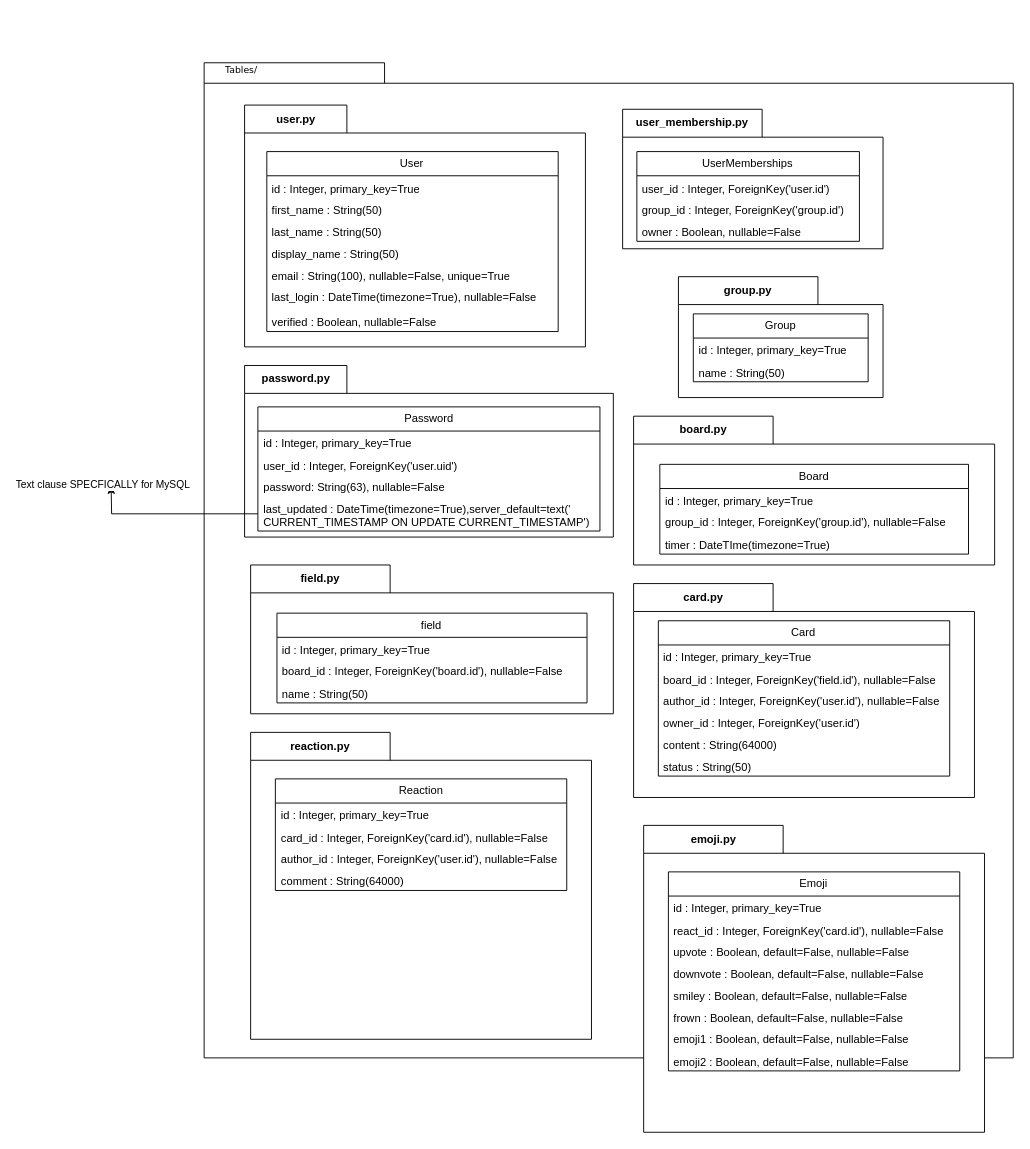
Before: .diagrams/.be/tables-folder.drawio in Bilgecrank/hindsite, a draw.io diagram. Source tidied: cells renumbered, new cells numbered last; positions are measured from the earlier drawing's top-left corner, leaving out a move shared by most shapes. Both pictures are drawn from the tidied source at 93%, with x=0, y=0 at pixel (111, 62).
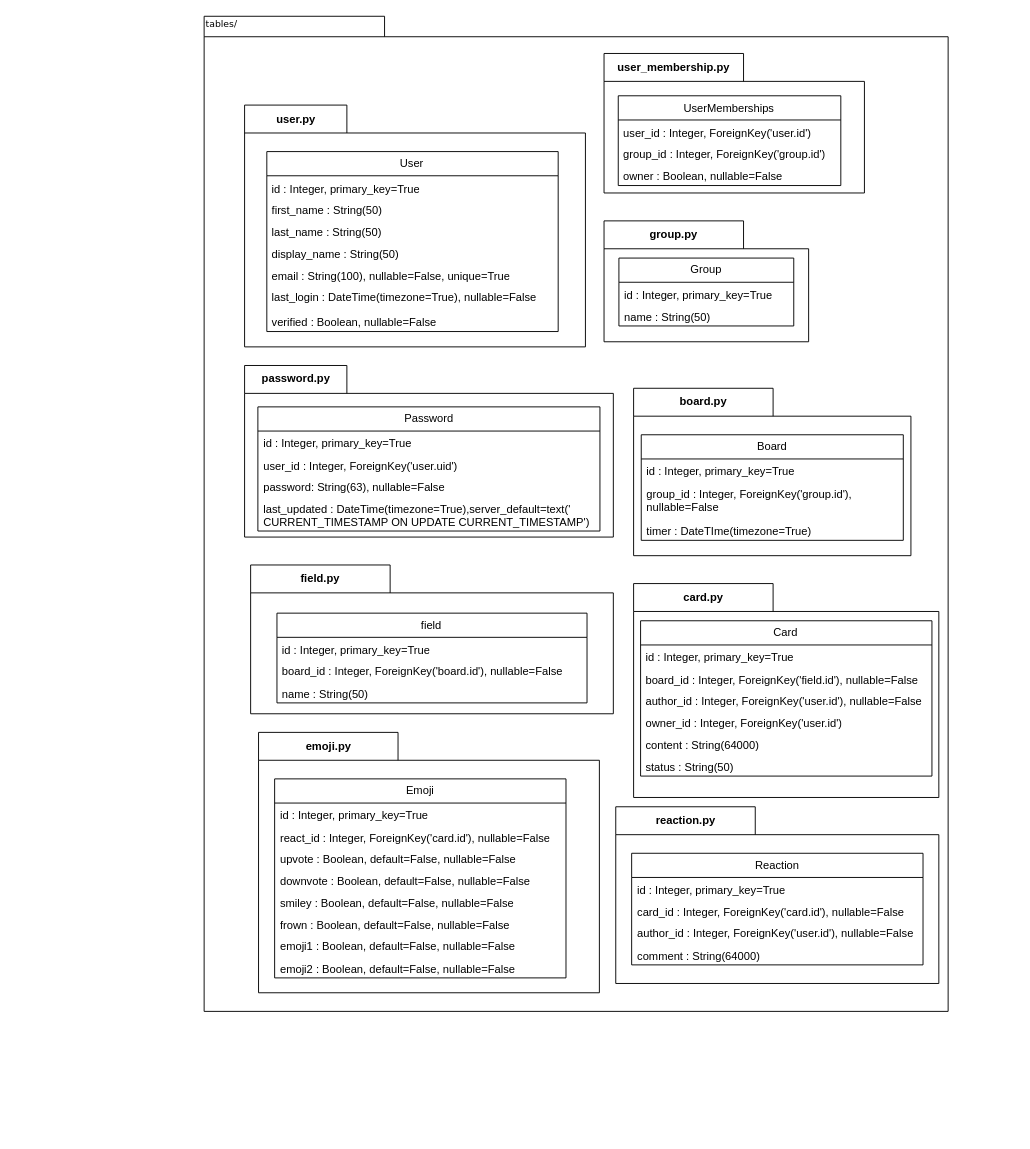
The same diagram, later.

Unchanged cells that the change refers to:
```xml
<mxCell id="16" value="Password" style="swimlane;fontStyle=0;horizontal=1;startSize=26;fillColor=none;whiteSpace=wrap;html=1;" parent="14" vertex="1">
  <mxGeometry x="14.3" y="44.5" width="367.8" height="133.5" as="geometry" />
</mxCell>
<mxCell id="22" value="last_updated : DateTime(timezone=True),server_default=text('&lt;br&gt;CURRENT_TIMESTAMP ON UPDATE CURRENT_TIMESTAMP')" style="text;strokeColor=none;fillColor=none;align=left;verticalAlign=top;spacingLeft=4;spacingRight=4;overflow=hidden;points=[[0,0.5],[1,0.5]];portConstraint=eastwest;whiteSpace=wrap;html=1;" parent="16" vertex="1">
  <mxGeometry y="96.5" width="367.8" height="37" as="geometry" />
</mxCell>
```

What changed in the source:
```diff
@@
     <mxCell id="2" style="shape=folder;fontStyle=1;spacingTop=10;tabWidth=194;tabHeight=22;tabPosition=left;html=1;rounded=0;shadow=0;comic=0;labelBackgroundColor=none;strokeWidth=1;fillColor=none;fontFamily=Verdana;fontSize=10;align=center;" parent="1" vertex="1">
-      <mxGeometry x="100" width="870" height="1070" as="geometry" />
+      <mxGeometry x="100" y="-50" width="800" height="1070" as="geometry" />
     </mxCell>
-    <mxCell id="3" value="Tables/" style="text;html=1;align=left;verticalAlign=top;spacingTop=-4;fontSize=10;fontFamily=Verdana;" parent="1" vertex="1">
-      <mxGeometry x="121" width="130" height="20" as="geometry" />
+    <mxCell id="3" value="tables/" style="text;html=1;align=left;verticalAlign=top;spacingTop=-4;fontSize=10;fontFamily=Verdana;" parent="1" vertex="1">
+      <mxGeometry x="100" y="-50" width="190" height="20" as="geometry" />
     </mxCell>
@@
-    <mxCell id="20" style="edgeStyle=orthogonalEdgeStyle;rounded=0;jettySize=auto;html=1;exitX=0;exitY=0.5;exitDx=0;exitDy=0;" parent="16" edge="1" source="22">
-      <mxGeometry relative="1" as="geometry">
-        <mxPoint x="-157.8" y="85" as="targetPoint" />
-      </mxGeometry>
-    </mxCell>
-    <mxCell id="21" value="Text clause SPECFICALLY for MySQL" style="edgeLabel;html=1;align=center;verticalAlign=middle;" parent="20" vertex="1">
-      <mxGeometry x="1" y="6" relative="1" as="geometry">
-        <mxPoint x="-4" y="-2" as="offset" />
-      </mxGeometry>
-    </mxCell>
@@
     <mxCell id="23" value="user_membership.py" style="shape=folder;fontStyle=1;tabWidth=150;tabHeight=30;tabPosition=left;html=1;boundedLbl=1;labelInHeader=1;whiteSpace=wrap;" parent="1" vertex="1">
-      <mxGeometry x="550" y="50" width="280" height="150" as="geometry" />
+      <mxGeometry x="530" y="-10" width="280" height="150" as="geometry" />
     </mxCell>
@@
     <mxCell id="29" value="group.py" style="shape=folder;fontStyle=1;tabWidth=150;tabHeight=30;tabPosition=left;html=1;boundedLbl=1;labelInHeader=1;whiteSpace=wrap;" parent="1" vertex="1">
-      <mxGeometry x="610" y="230" width="220" height="130" as="geometry" />
+      <mxGeometry x="530" y="170" width="220" height="130" as="geometry" />
     </mxCell>
@@
     <mxCell id="34" value="board.py" style="shape=folder;fontStyle=1;tabWidth=150;tabHeight=30;tabPosition=left;html=1;boundedLbl=1;labelInHeader=1;whiteSpace=wrap;" parent="1" vertex="1">
-      <mxGeometry x="561.8" y="380" width="388.2" height="160" as="geometry" />
+      <mxGeometry x="561.8" y="350" width="298.2" height="180" as="geometry" />
     </mxCell>
     <mxCell id="35" style="html=1;strokeColor=none;fillColor=none;whiteSpace=wrap;" parent="34" vertex="1">
-      <mxGeometry width="388.25" height="88" relative="1" as="geometry">
+      <mxGeometry width="298.25" height="99" relative="1" as="geometry">
         <mxPoint y="30" as="offset" />
       </mxGeometry>
     </mxCell>
     <mxCell id="36" value="Board" style="swimlane;fontStyle=0;horizontal=1;startSize=26;fillColor=none;whiteSpace=wrap;html=1;" parent="34" vertex="1">
-      <mxGeometry x="28.2" y="51.8" width="331.9" height="96.5" as="geometry" />
+      <mxGeometry x="8.2" y="50" width="281.8" height="113.5" as="geometry" />
     </mxCell>
     <mxCell id="37" value="id : Integer, primary_key=True" style="text;strokeColor=none;fillColor=none;align=left;verticalAlign=top;spacingLeft=4;spacingRight=4;overflow=hidden;whiteSpace=wrap;html=1;" parent="36" vertex="1">
-      <mxGeometry y="26" width="331.9" height="23.5" as="geometry" />
+      <mxGeometry y="26" width="281.8" height="23.5" as="geometry" />
     </mxCell>
     <mxCell id="38" value="group_id : Integer, ForeignKey('group.id'), nullable=False" style="text;strokeColor=none;fillColor=none;align=left;verticalAlign=top;spacingLeft=4;spacingRight=4;overflow=hidden;whiteSpace=wrap;html=1;" parent="36" vertex="1">
-      <mxGeometry y="49.5" width="331.9" height="23.5" as="geometry" />
+      <mxGeometry y="49.5" width="281.8" height="40.5" as="geometry" />
     </mxCell>
     <mxCell id="39" value="timer : DateTIme(timezone=True)" style="text;strokeColor=none;fillColor=none;align=left;verticalAlign=top;spacingLeft=4;spacingRight=4;overflow=hidden;whiteSpace=wrap;html=1;" parent="36" vertex="1">
-      <mxGeometry y="73" width="331.9" height="23.5" as="geometry" />
+      <mxGeometry y="90" width="281.8" height="23.5" as="geometry" />
     </mxCell>
@@
     <mxCell id="46" value="card.py" style="shape=folder;fontStyle=1;tabWidth=150;tabHeight=30;tabPosition=left;html=1;boundedLbl=1;labelInHeader=1;whiteSpace=wrap;" parent="1" vertex="1">
-      <mxGeometry x="561.8" y="560" width="366.5" height="230" as="geometry" />
+      <mxGeometry x="561.8" y="560" width="328.2" height="230" as="geometry" />
     </mxCell>
     <mxCell id="47" style="html=1;strokeColor=none;fillColor=none;whiteSpace=wrap;" parent="46" vertex="1">
-      <mxGeometry width="366.5" height="126.5" relative="1" as="geometry">
+      <mxGeometry width="328.25" height="126.5" relative="1" as="geometry">
         <mxPoint y="30" as="offset" />
       </mxGeometry>
     </mxCell>
     <mxCell id="48" value="Card" style="swimlane;fontStyle=0;horizontal=1;startSize=26;fillColor=none;whiteSpace=wrap;html=1;" parent="46" vertex="1">
-      <mxGeometry x="26.6" y="40" width="313.3" height="167" as="geometry" />
+      <mxGeometry x="7.5" y="40" width="313.3" height="167" as="geometry" />
     </mxCell>
@@
     <mxCell id="55" value="reaction.py" style="shape=folder;fontStyle=1;tabWidth=150;tabHeight=30;tabPosition=left;html=1;boundedLbl=1;labelInHeader=1;whiteSpace=wrap;" parent="1" vertex="1">
-      <mxGeometry x="150" y="720" width="366.5" height="330" as="geometry" />
+      <mxGeometry x="542.6" y="800" width="347.4" height="190" as="geometry" />
     </mxCell>
     <mxCell id="56" style="html=1;strokeColor=none;fillColor=none;whiteSpace=wrap;" parent="55" vertex="1">
-      <mxGeometry width="366.5" height="181.5" relative="1" as="geometry">
+      <mxGeometry width="347.37" height="104.5" relative="1" as="geometry">
         <mxPoint y="30" as="offset" />
       </mxGeometry>
     </mxCell>
     <mxCell id="57" value="Reaction" style="swimlane;fontStyle=0;horizontal=1;startSize=26;fillColor=none;whiteSpace=wrap;html=1;" parent="55" vertex="1">
-      <mxGeometry x="26.6" y="50" width="313.3" height="120" as="geometry" />
+      <mxGeometry x="17.1" y="50" width="313.3" height="120" as="geometry" />
     </mxCell>
@@
     <mxCell id="62" value="emoji.py" style="shape=folder;fontStyle=1;tabWidth=150;tabHeight=30;tabPosition=left;html=1;boundedLbl=1;labelInHeader=1;whiteSpace=wrap;" parent="1" vertex="1">
-      <mxGeometry x="572.6" y="820" width="366.5" height="330" as="geometry" />
+      <mxGeometry x="158.5" y="720" width="366.5" height="280" as="geometry" />
     </mxCell>
     <mxCell id="63" style="html=1;strokeColor=none;fillColor=none;whiteSpace=wrap;" parent="62" vertex="1">
-      <mxGeometry width="366.5" height="181.5" relative="1" as="geometry">
+      <mxGeometry width="366.5" height="154" relative="1" as="geometry">
         <mxPoint y="30" as="offset" />
       </mxGeometry>
     </mxCell>
     <mxCell id="64" value="Emoji" style="swimlane;fontStyle=0;horizontal=1;startSize=26;fillColor=none;whiteSpace=wrap;html=1;" parent="62" vertex="1">
-      <mxGeometry x="26.6" y="50" width="313.3" height="214" as="geometry" />
+      <mxGeometry x="17.3" y="50" width="313.3" height="214" as="geometry" />
     </mxCell>
```
